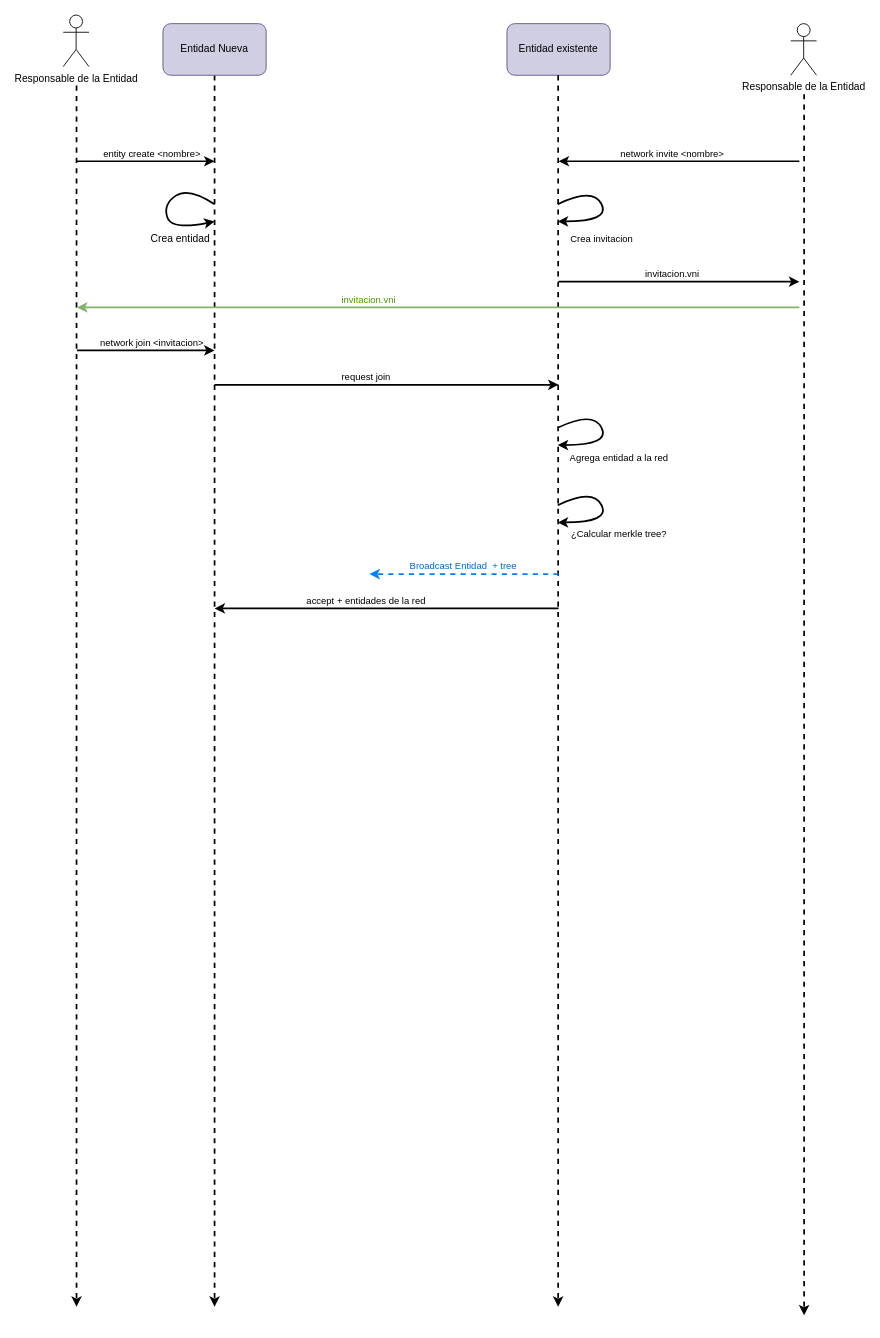
daille/veredarii keeps this draw.io diagram as page "Unirse a la red" (2 of 6) of documentantion/Inador.drawio. Above is the earlier version. Source tidied: cells renumbered, new cells numbered last; positions are measured from the earlier drawing's top-left corner, leaving out a move shared by most shapes. Both pictures are drawn from the tidied source at 86%, with x=0, y=0 at pixel (63, 15).
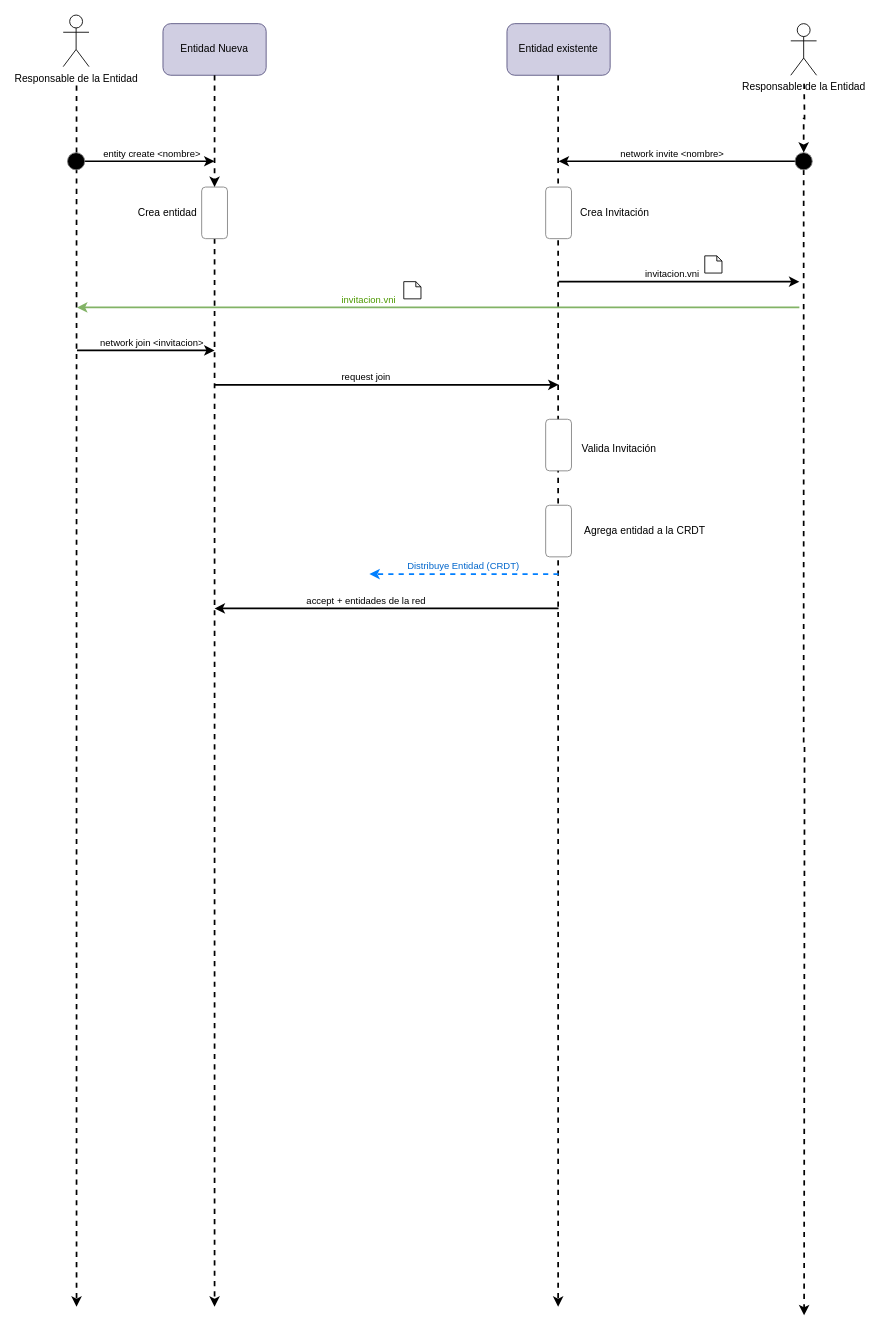
The same page after the edit.

Unchanged cells that the change refers to:
```xml
<mxCell id="3" value="Entidad Nueva" style="rounded=1;whiteSpace=wrap;html=1;fillColor=#d0cee2;strokeColor=#56517e;" parent="1" vertex="1">
  <mxGeometry x="116" y="10" width="120" height="60" as="geometry" />
</mxCell>
<mxCell id="20" style="endArrow=classic;html=1;strokeColor=#007FFF;strokeWidth=2;startArrow=none;startFill=0;endFill=1;dashed=1;" parent="1" edge="1">
  <mxGeometry relative="1" as="geometry">
    <mxPoint x="576" y="650" as="sourcePoint" />
    <mxPoint x="356" y="650" as="targetPoint" />
    <Array as="points">
      <mxPoint x="426" y="650" />
    </Array>
  </mxGeometry>
</mxCell>
```

The edit, as a diff of the source:
```diff
@@
-    <mxCell id="2" style="edgeStyle=orthogonalEdgeStyle;rounded=0;jettySize=auto;html=1;strokeColor=#000000;strokeWidth=2;dashed=1;" parent="1" edge="1" source="3">
+    <mxCell id="2" style="edgeStyle=orthogonalEdgeStyle;rounded=0;jettySize=auto;html=1;strokeColor=#000000;strokeWidth=2;dashed=1;" parent="1" edge="1" source="36">
       <mxGeometry relative="1" as="geometry">
         <mxPoint x="176" y="1502" as="targetPoint" />
       </mxGeometry>
     </mxCell>
@@
-    <mxCell id="9" style="curved=1;endArrow=classic;html=1;strokeColor=#000000;strokeWidth=2;" parent="1" edge="1">
-      <mxGeometry relative="1" as="geometry">
-        <mxPoint x="176" y="220" as="sourcePoint" />
-        <mxPoint x="176" y="240" as="targetPoint" />
-        <Array as="points">
-          <mxPoint x="146" y="200" />
-          <mxPoint x="116" y="220" />
-          <mxPoint x="126" y="250" />
-        </Array>
-      </mxGeometry>
-    </mxCell>
     <mxCell id="10" value="Crea entidad" style="text;html=1;align=center;verticalAlign=middle;" parent="1" vertex="1">
-      <mxGeometry x="96" y="250" width="80" height="20" as="geometry" />
+      <mxGeometry x="81" y="220" width="80" height="20" as="geometry" />
     </mxCell>
@@
-    <mxCell id="16" style="curved=1;endArrow=classic;html=1;strokeColor=#000000;strokeWidth=2;" parent="1" edge="1">
-      <mxGeometry relative="1" as="geometry">
-        <mxPoint x="575" y="220" as="sourcePoint" />
-        <mxPoint x="575" y="240" as="targetPoint" />
-        <Array as="points">
-          <mxPoint x="616" y="200" />
-          <mxPoint x="636" y="240" />
-        </Array>
-      </mxGeometry>
-    </mxCell>
-    <mxCell id="17" value="Crea invitacion" style="edgeLabel;html=1;align=center;verticalAlign=middle;" parent="16" vertex="1">
-      <mxGeometry x="-0.06" y="-2" relative="1" as="geometry">
-        <mxPoint x="0.4" y="36.4" as="offset" />
-      </mxGeometry>
-    </mxCell>
-    <mxCell id="18" style="edgeStyle=orthogonalEdgeStyle;rounded=0;orthogonalLoop=1;jettySize=auto;html=1;strokeColor=#000000;strokeWidth=2;dashed=1;" parent="1" edge="1">
+    <mxCell id="18" style="edgeStyle=orthogonalEdgeStyle;rounded=0;jettySize=auto;html=1;strokeColor=#000000;strokeWidth=2;dashed=1;" parent="1" edge="1" source="45">
       <mxGeometry relative="1" as="geometry">
-        <mxPoint x="861.5" y="80" as="sourcePoint" />
         <mxPoint x="861.5" y="1512" as="targetPoint" />
       </mxGeometry>
     </mxCell>
@@
-    <mxCell id="21" value="Broadcast Entidad&amp;nbsp; + tree" style="edgeLabel;html=1;align=center;verticalAlign=middle;fontColor=#0066CC;" parent="20" vertex="1">
+    <mxCell id="21" value="Distribuye Entidad (CRDT)" style="edgeLabel;html=1;align=center;verticalAlign=middle;fontColor=#0066CC;" parent="20" vertex="1">
       <mxGeometry x="0.26" y="-5" relative="1" as="geometry">
         <mxPoint x="27" y="-5" as="offset" />
       </mxGeometry>
     </mxCell>
@@
-    <mxCell id="26" style="curved=1;endArrow=classic;html=1;strokeColor=#000000;strokeWidth=2;" parent="1" edge="1">
-      <mxGeometry relative="1" as="geometry">
-        <mxPoint x="575" y="480" as="sourcePoint" />
-        <mxPoint x="575" y="500" as="targetPoint" />
-        <Array as="points">
-          <mxPoint x="616" y="460" />
-          <mxPoint x="636" y="500" />
-        </Array>
-      </mxGeometry>
-    </mxCell>
-    <mxCell id="27" value="Agrega entidad a la red" style="edgeLabel;html=1;align=center;verticalAlign=middle;" parent="26" vertex="1">
-      <mxGeometry x="-0.06" y="-2" relative="1" as="geometry">
-        <mxPoint x="20.4" y="31.2" as="offset" />
-      </mxGeometry>
-    </mxCell>
@@
-    <mxCell id="32" style="curved=1;endArrow=classic;html=1;strokeColor=#000000;strokeWidth=2;" parent="1" edge="1">
-      <mxGeometry relative="1" as="geometry">
-        <mxPoint x="575" y="570" as="sourcePoint" />
-        <mxPoint x="575" y="590" as="targetPoint" />
-        <Array as="points">
-          <mxPoint x="616" y="550" />
-          <mxPoint x="636" y="590" />
-        </Array>
-      </mxGeometry>
-    </mxCell>
-    <mxCell id="33" value="¿Calcular merkle tree?" style="edgeLabel;html=1;align=center;verticalAlign=middle;" parent="32" vertex="1">
-      <mxGeometry x="-0.06" y="-2" relative="1" as="geometry">
-        <mxPoint x="20.4" y="29.2" as="offset" />
-      </mxGeometry>
-    </mxCell>
+    <mxCell id="34" style="shape=note;whiteSpace=wrap;html=1;backgroundOutline=1;darkOpacity=0.05;size=6;" parent="1" vertex="1">
+      <mxGeometry x="396" y="310" width="20" height="20" as="geometry" />
+    </mxCell>
+    <mxCell id="35" style="shape=note;whiteSpace=wrap;html=1;backgroundOutline=1;darkOpacity=0.05;size=6;" parent="1" vertex="1">
+      <mxGeometry x="746" y="280" width="20" height="20" as="geometry" />
+    </mxCell>
+    <mxCell id="36" style="rounded=1;whiteSpace=wrap;html=1;strokeColor=#808080;fontColor=#000000;" parent="1" vertex="1">
+      <mxGeometry x="161" y="200" width="30" height="60" as="geometry" />
+    </mxCell>
+    <mxCell id="37" style="edgeStyle=orthogonalEdgeStyle;rounded=0;jettySize=auto;html=1;strokeColor=#000000;strokeWidth=2;dashed=1;" parent="1" edge="1" source="3" target="36">
+      <mxGeometry relative="1" as="geometry" />
+    </mxCell>
+    <mxCell id="38" style="rounded=1;whiteSpace=wrap;html=1;strokeColor=#808080;fontColor=#000000;" parent="1" vertex="1">
+      <mxGeometry x="561" y="200" width="30" height="60" as="geometry" />
+    </mxCell>
+    <mxCell id="39" value="Crea Invitación" style="text;html=1;align=center;verticalAlign=middle;" parent="1" vertex="1">
+      <mxGeometry x="591" y="220" width="100" height="20" as="geometry" />
+    </mxCell>
+    <mxCell id="40" value="Valida Invitación" style="text;html=1;align=center;verticalAlign=middle;" parent="1" vertex="1">
+      <mxGeometry x="596" y="495" width="100" height="20" as="geometry" />
+    </mxCell>
+    <mxCell id="41" style="rounded=1;whiteSpace=wrap;html=1;strokeColor=#808080;fontColor=#000000;" parent="1" vertex="1">
+      <mxGeometry x="561" y="470" width="30" height="60" as="geometry" />
+    </mxCell>
+    <mxCell id="42" value="Agrega entidad a la CRDT" style="text;html=1;align=center;verticalAlign=middle;" parent="1" vertex="1">
+      <mxGeometry x="596" y="590" width="160" height="20" as="geometry" />
+    </mxCell>
+    <mxCell id="43" style="rounded=1;whiteSpace=wrap;html=1;strokeColor=#808080;fontColor=#000000;" parent="1" vertex="1">
+      <mxGeometry x="561" y="570" width="30" height="60" as="geometry" />
+    </mxCell>
+    <mxCell id="44" style="ellipse;whiteSpace=wrap;html=1;strokeColor=#808080;fontColor=#000000;fillColor=#000000;" parent="1" vertex="1">
+      <mxGeometry x="5" y="160" width="20" height="20" as="geometry" />
+    </mxCell>
+    <mxCell id="45" style="ellipse;whiteSpace=wrap;html=1;strokeColor=#808080;fontColor=#000000;fillColor=#000000;" parent="1" vertex="1">
+      <mxGeometry x="851" y="160" width="20" height="20" as="geometry" />
+    </mxCell>
+    <mxCell id="46" style="edgeStyle=orthogonalEdgeStyle;rounded=0;jettySize=auto;html=1;strokeColor=#000000;strokeWidth=2;dashed=1;" parent="1" edge="1" target="45">
+      <mxGeometry relative="1" as="geometry">
+        <mxPoint x="861.5" y="80" as="sourcePoint" />
+      </mxGeometry>
+    </mxCell>
```
